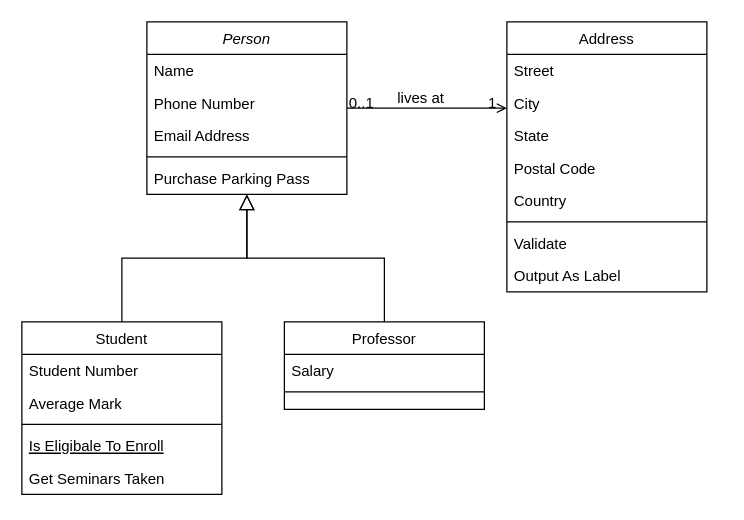
The draw.io diagram Untitled Diagram.drawio in safka18/2, before the edit. Source tidied: cells renumbered, new cells numbered last; positions are measured from the earlier drawing's top-left corner, leaving out a move shared by most shapes. Both pictures are drawn from the tidied source at 125%, with x=0, y=0 at pixel (21, 21).
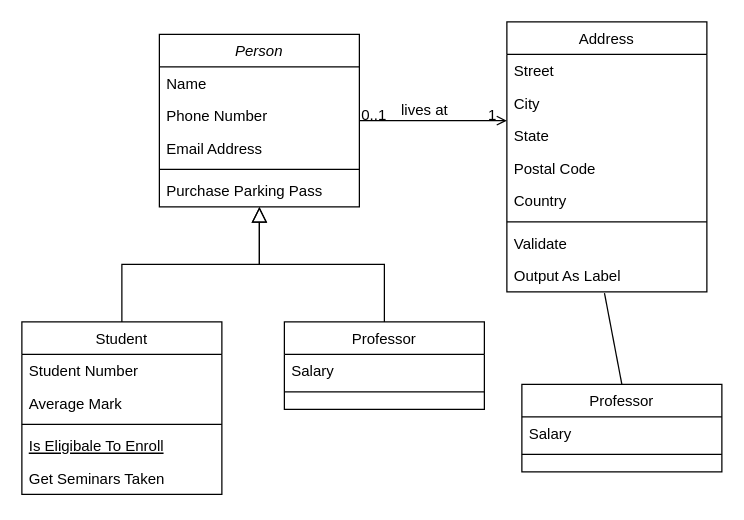
The same page after the edit.

The change refers to these unchanged cells:
```xml
<mxCell id="27" value="Output As Label" style="text;align=left;verticalAlign=top;spacingLeft=4;spacingRight=4;overflow=hidden;points=[[0,0.5],[1,0.5]];portConstraint=eastwest;" parent="19" vertex="1">
  <mxGeometry y="190" width="160" height="26" as="geometry" />
</mxCell>
```

Change to the diagram source:
```diff
@@
     <mxCell id="2" value="Person" style="swimlane;fontStyle=2;align=center;verticalAlign=top;horizontal=1;startSize=26;rounded=0;shadow=0;strokeWidth=1;" parent="1" vertex="1">
-      <mxGeometry x="100" width="160" height="138" as="geometry" />
+      <mxGeometry x="110" y="10" width="160" height="138" as="geometry" />
     </mxCell>
@@
+    <mxCell id="32" value="Professor" style="swimlane;fontStyle=0;align=center;verticalAlign=top;horizontal=1;startSize=26;rounded=0;shadow=0;strokeWidth=1;" parent="1" vertex="1">
+      <mxGeometry x="400" y="290" width="160" height="70" as="geometry" />
+    </mxCell>
+    <mxCell id="33" value="Salary" style="text;align=left;verticalAlign=top;spacingLeft=4;spacingRight=4;overflow=hidden;" parent="32" vertex="1">
+      <mxGeometry y="26" width="160" height="26" as="geometry" />
+    </mxCell>
+    <mxCell id="34" style="line;html=1;strokeWidth=1;align=left;verticalAlign=middle;spacingTop=-1;spacingLeft=3;spacingRight=3;labelPosition=right;" parent="32" vertex="1">
+      <mxGeometry y="52" width="160" height="8" as="geometry" />
+    </mxCell>
+    <mxCell id="35" style="endArrow=none;html=1;entryX=0.5;entryY=0;entryDx=0;entryDy=0;exitX=0.488;exitY=1.038;exitDx=0;exitDy=0;exitPerimeter=0;" parent="1" edge="1" source="27" target="32">
+      <mxGeometry relative="1" as="geometry" />
+    </mxCell>
```
